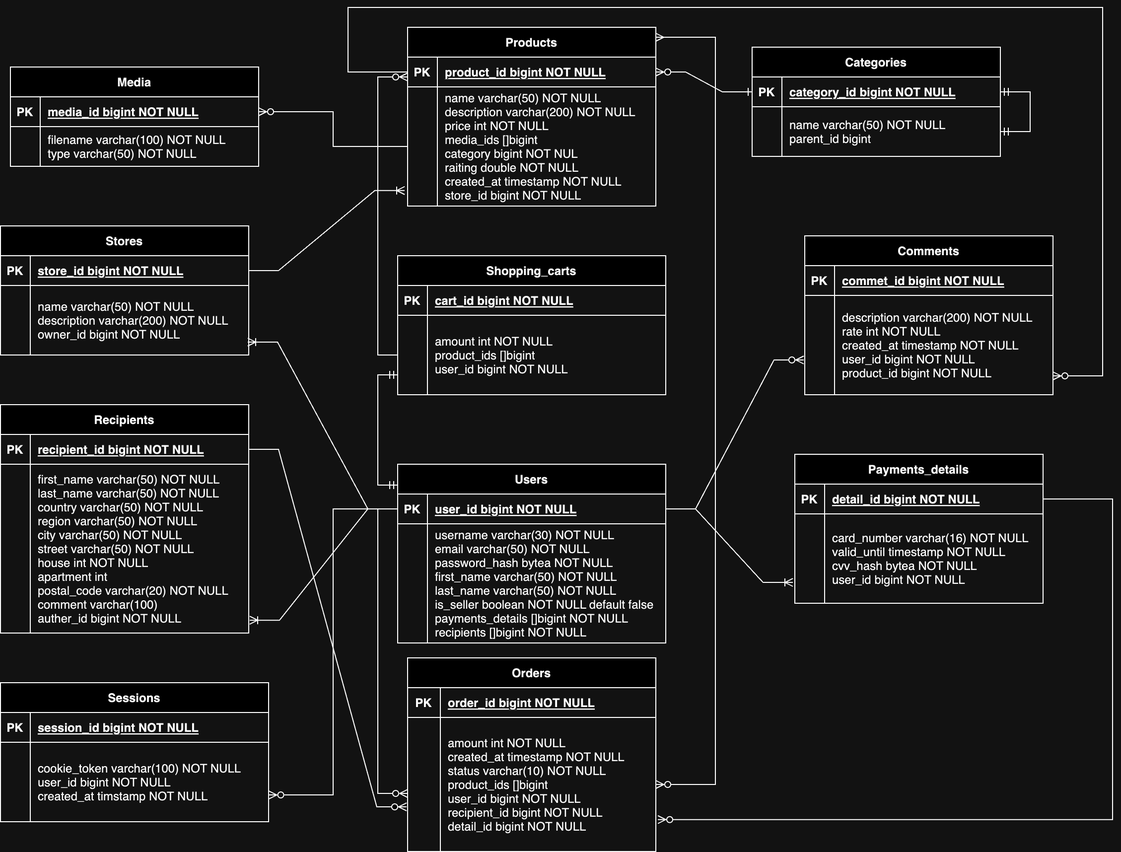
This is img/er.png from vvinokurshin/HighloadCourseVK, a draw.io export, as it was before one commit. Source tidied: cells renumbered, new cells last; positions are measured from the earlier drawing's top-left corner, leaving out a move shared by most shapes.
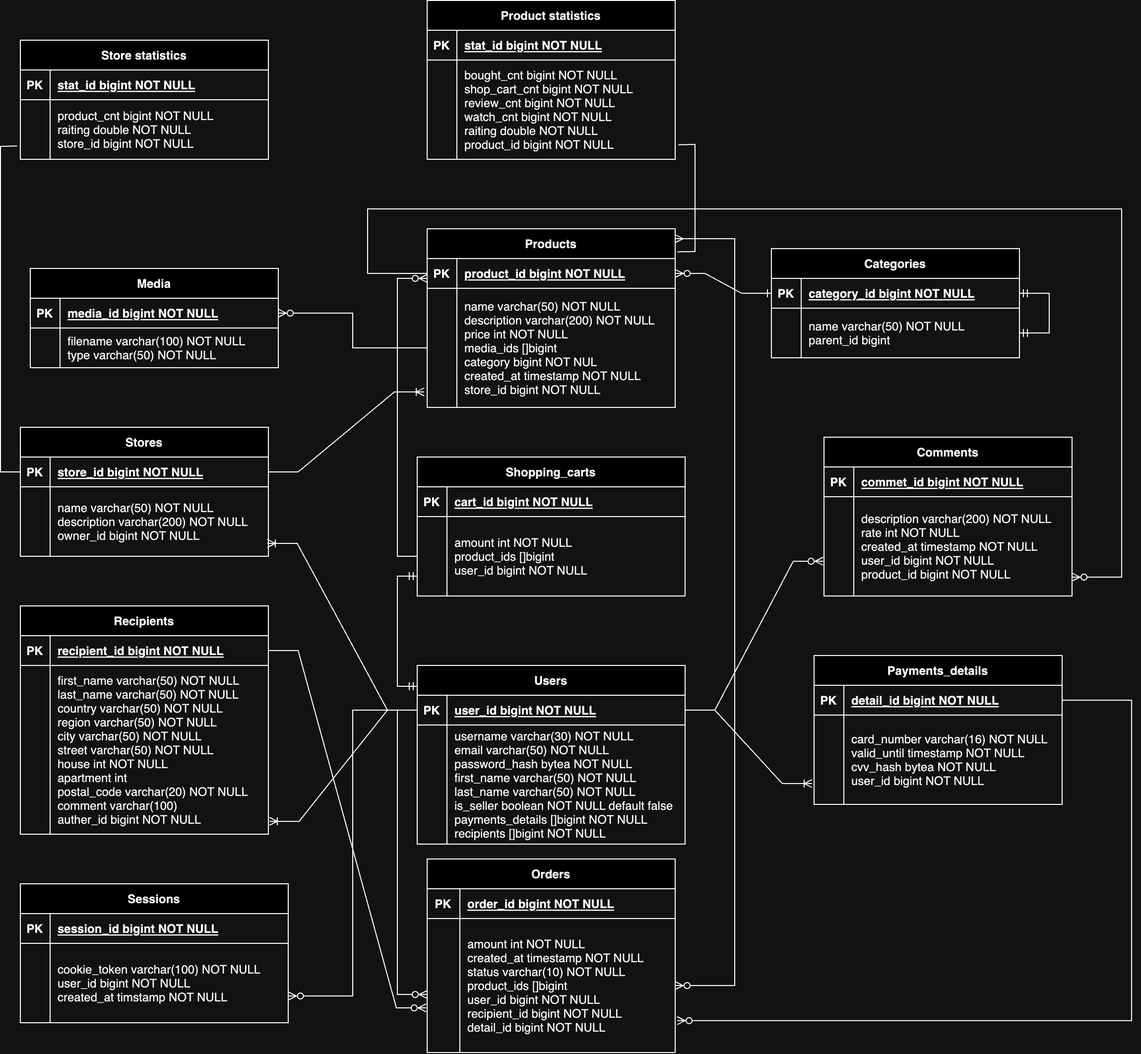
Later version of the same file.

Change to the diagram source:
```diff
@@ -83,7 +83,7 @@
     <mxCell id="28" style="shape=partialRectangle;overflow=hidden;fillColor=none;top=0;left=0;bottom=0;right=0;" parent="27" vertex="1">
       <mxGeometry width="30" height="120" as="geometry" />
     </mxCell>
-    <mxCell id="29" value="name varchar(50) NOT NULL&#10;description varchar(200) NOT NULL&#10;price int NOT NULL&#10;media_ids []bigint&#10;category bigint NOT NUL&#10;raiting double NOT NULL&#10;created_at timestamp NOT NULL&#10;store_id bigint NOT NULL" style="shape=partialRectangle;overflow=hidden;fillColor=none;top=0;left=0;bottom=0;right=0;align=left;spacingLeft=6;" parent="27" vertex="1">
+    <mxCell id="29" value="name varchar(50) NOT NULL&#10;description varchar(200) NOT NULL&#10;price int NOT NULL&#10;media_ids []bigint&#10;category bigint NOT NUL&#10;created_at timestamp NOT NULL&#10;store_id bigint NOT NULL" style="shape=partialRectangle;overflow=hidden;fillColor=none;top=0;left=0;bottom=0;right=0;align=left;spacingLeft=6;" parent="27" vertex="1">
       <mxGeometry x="30" width="220" height="120" as="geometry" />
     </mxCell>
     <mxCell id="30" value="Categories" style="shape=table;startSize=30;rowLines=0;fontStyle=1;align=center;" parent="1" vertex="1">
@@ -328,5 +328,63 @@
     <mxCell id="94" style="edgeStyle=orthogonalEdgeStyle;rounded=0;jettySize=auto;html=1;entryX=1.001;entryY=0.663;entryDx=0;entryDy=0;entryPerimeter=0;endArrow=ERzeroToMany;endFill=0;exitX=0;exitY=0.5;exitDx=0;exitDy=0;" parent="1" edge="1" source="52" target="91">
       <mxGeometry relative="1" as="geometry" />
     </mxCell>
+    <mxCell id="95" value="Product statistics" style="shape=table;startSize=30;rowLines=0;fontStyle=1;align=center;" parent="1" vertex="1">
+      <mxGeometry x="410" y="-210" width="250" height="160" as="geometry" />
+    </mxCell>
+    <mxCell id="96" style="shape=partialRectangle;fillColor=none;top=0;left=0;right=0;bottom=1;" parent="95" vertex="1">
+      <mxGeometry y="30" width="250" height="30" as="geometry" />
+    </mxCell>
+    <mxCell id="97" value="PK" style="shape=partialRectangle;overflow=hidden;fillColor=none;top=0;left=0;bottom=0;right=0;fontStyle=1;" parent="96" vertex="1">
+      <mxGeometry width="30" height="30" as="geometry" />
+    </mxCell>
+    <mxCell id="98" value="stat_id bigint NOT NULL " style="shape=partialRectangle;overflow=hidden;fillColor=none;top=0;left=0;bottom=0;right=0;align=left;spacingLeft=6;fontStyle=5;" parent="96" vertex="1">
+      <mxGeometry x="30" width="220" height="30" as="geometry" />
+    </mxCell>
+    <mxCell id="99" style="shape=partialRectangle;fillColor=none;points=[[0,0.5],[1,0.5]];portConstraint=eastwest;top=0;left=0;right=0;bottom=0;" parent="95" vertex="1">
+      <mxGeometry y="60" width="250" height="100" as="geometry" />
+    </mxCell>
+    <mxCell id="100" style="shape=partialRectangle;overflow=hidden;fillColor=none;top=0;left=0;bottom=0;right=0;" parent="99" vertex="1">
+      <mxGeometry width="30" height="100" as="geometry" />
+    </mxCell>
+    <mxCell id="101" value="bought_cnt bigint NOT NULL&#10;shop_cart_cnt bigint NOT NULL&#10;review_cnt bigint NOT NULL&#10;watch_cnt bigint NOT NULL&#10;raiting double NOT NULL&#10;product_id bigint NOT NULL" style="shape=partialRectangle;overflow=hidden;fillColor=none;top=0;left=0;bottom=0;right=0;align=left;spacingLeft=6;" parent="99" vertex="1">
+      <mxGeometry x="30" width="220" height="100" as="geometry" />
+    </mxCell>
+    <mxCell id="102" value="Store statistics" style="shape=table;startSize=30;rowLines=0;fontStyle=1;align=center;" parent="1" vertex="1">
+      <mxGeometry y="-170" width="250" height="120" as="geometry" />
+    </mxCell>
+    <mxCell id="103" style="shape=partialRectangle;fillColor=none;top=0;left=0;right=0;bottom=1;" parent="102" vertex="1">
+      <mxGeometry y="30" width="250" height="30" as="geometry" />
+    </mxCell>
+    <mxCell id="104" value="PK" style="shape=partialRectangle;overflow=hidden;fillColor=none;top=0;left=0;bottom=0;right=0;fontStyle=1;" parent="103" vertex="1">
+      <mxGeometry width="30" height="30" as="geometry" />
+    </mxCell>
+    <mxCell id="105" value="stat_id bigint NOT NULL " style="shape=partialRectangle;overflow=hidden;fillColor=none;top=0;left=0;bottom=0;right=0;align=left;spacingLeft=6;fontStyle=5;" parent="103" vertex="1">
+      <mxGeometry x="30" width="220" height="30" as="geometry" />
+    </mxCell>
+    <mxCell id="106" style="shape=partialRectangle;fillColor=none;points=[[0,0.5],[1,0.5]];portConstraint=eastwest;top=0;left=0;right=0;bottom=0;" parent="102" vertex="1">
+      <mxGeometry y="60" width="250" height="60" as="geometry" />
+    </mxCell>
+    <mxCell id="107" style="shape=partialRectangle;overflow=hidden;fillColor=none;top=0;left=0;bottom=0;right=0;" parent="106" vertex="1">
+      <mxGeometry width="30" height="60" as="geometry" />
+    </mxCell>
+    <mxCell id="108" value="product_cnt bigint NOT NULL&#10;raiting double NOT NULL&#10;store_id bigint NOT NULL" style="shape=partialRectangle;overflow=hidden;fillColor=none;top=0;left=0;bottom=0;right=0;align=left;spacingLeft=6;" parent="106" vertex="1">
+      <mxGeometry x="30" width="220" height="60" as="geometry" />
+    </mxCell>
+    <mxCell id="109" style="endArrow=none;html=1;rounded=0;entryX=1.013;entryY=0.854;entryDx=0;entryDy=0;entryPerimeter=0;exitX=1.009;exitY=0.129;exitDx=0;exitDy=0;exitPerimeter=0;" parent="1" edge="1" source="23" target="99">
+      <mxGeometry relative="1" as="geometry">
+        <Array as="points">
+          <mxPoint x="680" y="43" />
+          <mxPoint x="680" y="-65" />
+        </Array>
+      </mxGeometry>
+    </mxCell>
+    <mxCell id="110" style="endArrow=none;html=1;rounded=0;exitX=0;exitY=0.5;exitDx=0;exitDy=0;entryX=-0.013;entryY=0.776;entryDx=0;entryDy=0;entryPerimeter=0;" parent="1" edge="1" source="17" target="106">
+      <mxGeometry relative="1" as="geometry">
+        <Array as="points">
+          <mxPoint x="-20" y="265" />
+          <mxPoint x="-20" y="-63" />
+        </Array>
+      </mxGeometry>
+    </mxCell>
   </root>
 </mxGraphModel>
```
